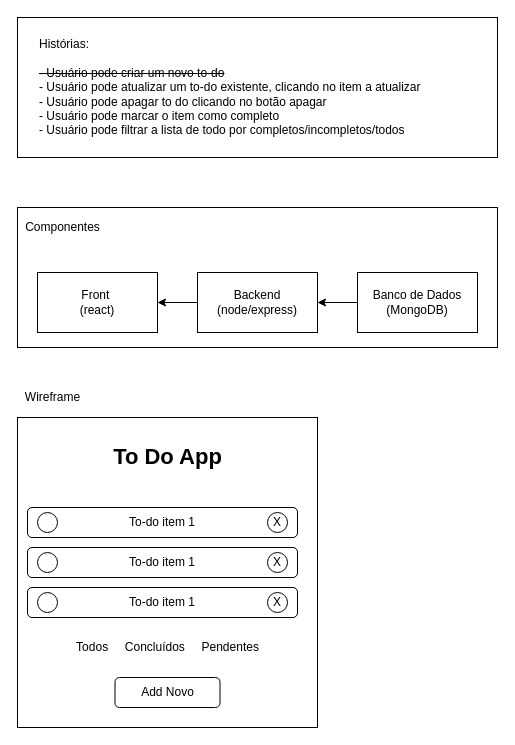
The draw.io diagram to-do-app.drawio in felipegust/to-do-app, before the edit. Source tidied: cells renumbered, new cells numbered last; positions are measured from the earlier drawing's top-left corner, leaving out a move shared by most shapes. Both pictures are drawn from the tidied source at 100%, with x=0, y=0 at pixel (17, 17).
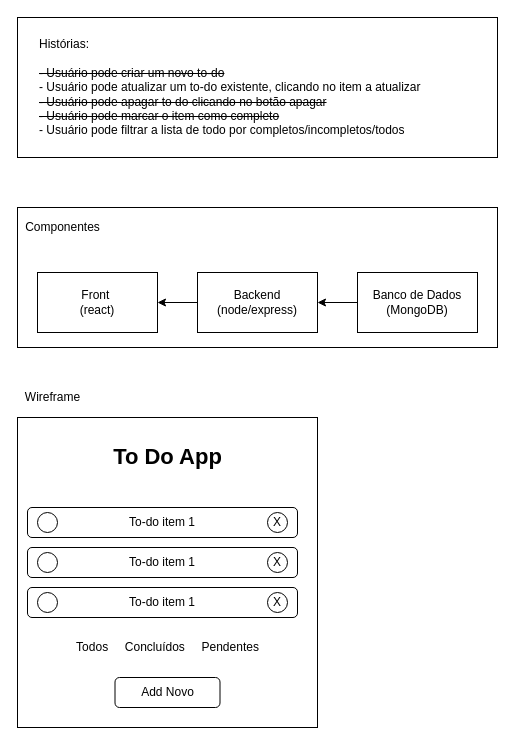
The same diagram, later.

What changed in the source:
```diff
@@
-    <mxCell id="9" value="Histórias:&lt;br&gt;&lt;br&gt;&lt;strike&gt;- Usuário pode criar um novo to-do&lt;br&gt;&lt;/strike&gt;- Usuário pode atualizar um to-do existente, clicando no item a atualizar&lt;br&gt;- Usuário pode apagar to do clicando no botão apagar&lt;br&gt;- Usuário pode marcar o item como completo&lt;br&gt;- Usuário pode filtrar a lista de todo por completos/incompletos/todos" style="text;html=1;align=left;verticalAlign=middle;strokeColor=none;labelBackgroundColor=#ffffff;" parent="1" vertex="1">
+    <mxCell id="9" value="Histórias:&lt;br&gt;&lt;br&gt;&lt;strike&gt;- Usuário pode criar um novo to-do&lt;br&gt;&lt;/strike&gt;- Usuário pode atualizar um to-do existente, clicando no item a atualizar&lt;br&gt;&lt;strike&gt;- Usuário pode apagar to do clicando no botão apagar&lt;/strike&gt;&lt;br&gt;&lt;strike&gt;- Usuário pode marcar o item como completo&lt;/strike&gt;&lt;br&gt;- Usuário pode filtrar a lista de todo por completos/incompletos/todos" style="text;html=1;align=left;verticalAlign=middle;strokeColor=none;labelBackgroundColor=#ffffff;" parent="1" vertex="1">
       <mxGeometry x="20" y="20" width="400" height="100" as="geometry" />
     </mxCell>
```
